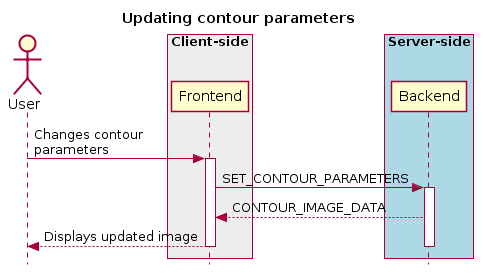
Above: docs/images/image2.png in CARTAvis/carta-protobuf (PlantUML), before the change.
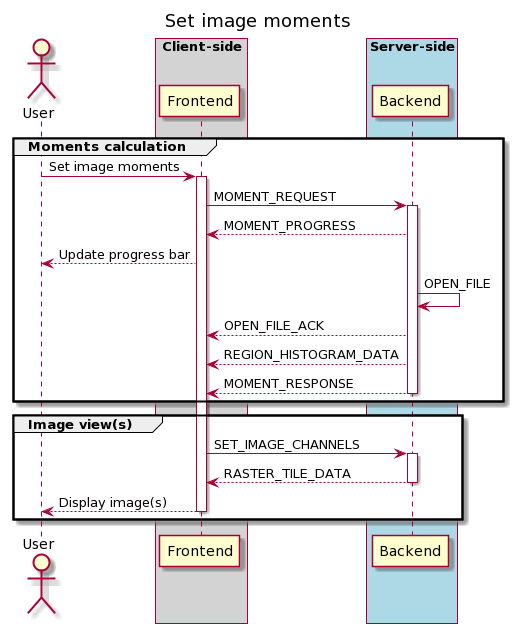
The same diagram one commit later.

The edit, as a diff of the source:
```diff
@@ -1,22 +1,49 @@
 @startuml
-skinparam style strictuml
-hide footbox
-title Updating contour parameters
+title Set image moments
 
 actor User
-box "Client-side" #EDEDED
-        participant Frontend
+
+box "Client-side" #LightGrey
+participant Frontend
 end box
 
-box "Server-side" #lightblue
-	participant Backend
+box "Server-side" #LightBlue
+participant Backend
 end box
-User -> Frontend: Changes contour\nparameters
+
+group Moments calculation
+
+User -> Frontend: Set image moments
 activate Frontend
-Frontend -> Backend : SET_CONTOUR_PARAMETERS
+
+Frontend -> Backend: MOMENT_REQUEST
 activate Backend
-Frontend <-- Backend : CONTOUR_IMAGE_DATA
-User <-- Frontend: Displays updated image
+
+Backend --> Frontend: MOMENT_PROGRESS
+
+Frontend --> User: Update progress bar
+
+Backend -> Backend: OPEN_FILE
+
+Backend --> Frontend: OPEN_FILE_ACK
+
+Backend --> Frontend: REGION_HISTOGRAM_DATA
+
+Backend --> Frontend: MOMENT_RESPONSE
 deactivate Backend
+
+end
+
+group Image view(s)
+
+Frontend -> Backend: SET_IMAGE_CHANNELS
+activate Backend
+
+Backend --> Frontend: RASTER_TILE_DATA
+deactivate Backend
+
+Frontend --> User: Display image(s)
 deactivate Frontend
+
+end
 @enduml
```
